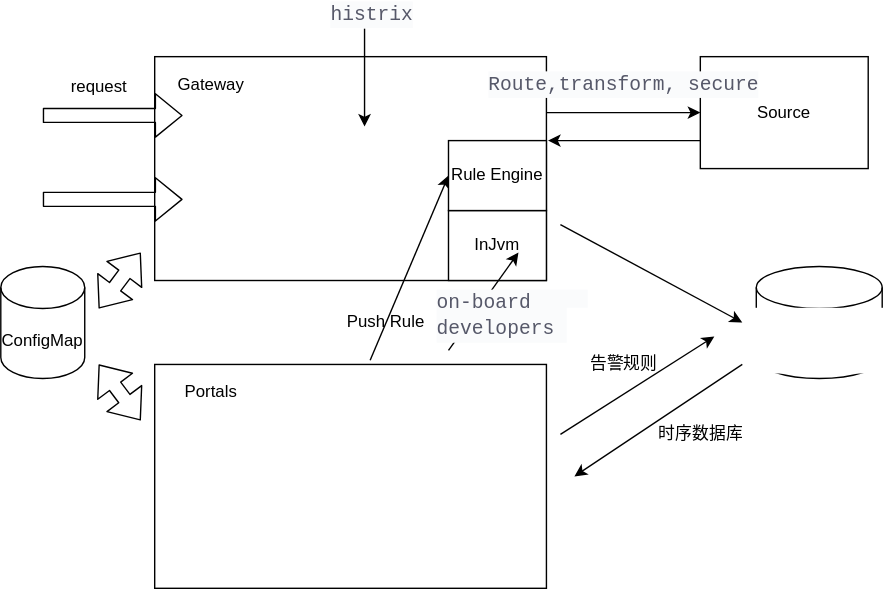
Earlier version of the draw.io export subject/api-market/api-market.dio.svg (yunkaiOr2/awesome-infra). Source tidied: cells renumbered, new cells last; positions are measured from the earlier drawing's top-left corner, leaving out a move shared by most shapes. Source of this version:
```xml
<mxGraphModel>
  <root>
    <mxCell id="0" />
    <mxCell id="1" parent="0" />
    <mxCell id="2" style="rounded=0;whiteSpace=wrap;html=1;" parent="1" vertex="1">
      <mxGeometry x="110" y="40" width="280" height="160" as="geometry" />
    </mxCell>
    <mxCell id="3" style="shape=flexArrow;endArrow=classic;html=1;" parent="1" edge="1">
      <mxGeometry relative="1" as="geometry">
        <mxPoint x="30" y="82" as="sourcePoint" />
        <mxPoint x="130" y="82" as="targetPoint" />
        <Array as="points">
          <mxPoint x="130" y="82" />
        </Array>
      </mxGeometry>
    </mxCell>
    <mxCell id="4" style="shape=flexArrow;endArrow=classic;html=1;" parent="1" edge="1">
      <mxGeometry relative="1" as="geometry">
        <mxPoint x="30" y="142" as="sourcePoint" />
        <mxPoint x="130" y="142" as="targetPoint" />
        <Array as="points">
          <mxPoint x="130" y="142" />
        </Array>
      </mxGeometry>
    </mxCell>
    <mxCell id="5" value="request" style="text;html=1;align=center;verticalAlign=middle;" parent="1" vertex="1">
      <mxGeometry x="40" y="52" width="60" height="20" as="geometry" />
    </mxCell>
    <mxCell id="6" value="Gateway" style="text;html=1;align=center;verticalAlign=middle;" parent="1" vertex="1">
      <mxGeometry x="120" y="50" width="60" height="20" as="geometry" />
    </mxCell>
    <mxCell id="7" style="endArrow=classic;html=1;exitX=1;exitY=0.25;exitDx=0;exitDy=0;entryX=0;entryY=0.5;entryDx=0;entryDy=0;" parent="1" edge="1" source="2" target="9">
      <mxGeometry relative="1" as="geometry" />
    </mxCell>
    <mxCell id="8" style="edgeStyle=orthogonalEdgeStyle;rounded=0;jettySize=auto;html=1;exitX=0;exitY=0.75;exitDx=0;exitDy=0;entryX=1.004;entryY=0.375;entryDx=0;entryDy=0;entryPerimeter=0;" parent="1" edge="1" source="9" target="2">
      <mxGeometry relative="1" as="geometry" />
    </mxCell>
    <mxCell id="9" value="Source" style="rounded=0;whiteSpace=wrap;html=1;" parent="1" vertex="1">
      <mxGeometry x="500" y="40" width="120" height="80" as="geometry" />
    </mxCell>
    <mxCell id="10" value="&lt;div style=&quot;color: rgb(86 , 88 , 105) ; background-color: rgb(250 , 251 , 252) ; font-family: &amp;#34;droid sans mono&amp;#34; , monospace , monospace , &amp;#34;droid sans fallback&amp;#34; ; font-size: 14px ; line-height: 19px&quot;&gt;Route,transform,&lt;span style=&quot;font-family: &amp;#34;droid sans mono&amp;#34; , monospace , monospace , &amp;#34;droid sans fallback&amp;#34;&quot;&gt;secure&lt;/span&gt;&lt;/div&gt;" style="text;html=1;align=center;verticalAlign=middle;" parent="1" vertex="1">
      <mxGeometry x="345" y="50" width="200" height="20" as="geometry" />
    </mxCell>
    <mxCell id="11" value="ConfigMap" style="shape=cylinder3;whiteSpace=wrap;html=1;boundedLbl=1;backgroundOutline=1;size=15;" parent="1" vertex="1">
      <mxGeometry y="190" width="60" height="80" as="geometry" />
    </mxCell>
    <mxCell id="12" value="InJvm" style="rounded=0;whiteSpace=wrap;html=1;" parent="1" vertex="1">
      <mxGeometry x="320" y="150" width="70" height="50" as="geometry" />
    </mxCell>
    <mxCell id="13" style="rounded=0;whiteSpace=wrap;html=1;" parent="1" vertex="1">
      <mxGeometry x="110" y="260" width="280" height="160" as="geometry" />
    </mxCell>
    <mxCell id="14" value="Portals" style="text;html=1;align=center;verticalAlign=middle;" parent="1" vertex="1">
      <mxGeometry x="125" y="270" width="50" height="20" as="geometry" />
    </mxCell>
    <mxCell id="15" style="shape=flexArrow;endArrow=classic;startArrow=classic;html=1;" parent="1" edge="1">
      <mxGeometry relative="1" as="geometry">
        <mxPoint x="70" y="260" as="sourcePoint" />
        <mxPoint x="100" y="300" as="targetPoint" />
      </mxGeometry>
    </mxCell>
    <mxCell id="16" style="endArrow=classic;html=1;entryX=0;entryY=0.5;entryDx=0;entryDy=0;exitX=0.55;exitY=-0.019;exitDx=0;exitDy=0;exitPerimeter=0;" parent="1" edge="1" source="13" target="23">
      <mxGeometry relative="1" as="geometry" />
    </mxCell>
    <mxCell id="17" value="Push Rule" style="text;html=1;align=center;verticalAlign=middle;" parent="1" vertex="1">
      <mxGeometry x="240" y="220" width="70" height="20" as="geometry" />
    </mxCell>
    <mxCell id="18" style="endArrow=classic;html=1;" parent="1" edge="1">
      <mxGeometry relative="1" as="geometry">
        <mxPoint x="320" y="250" as="sourcePoint" />
        <mxPoint x="370" y="180" as="targetPoint" />
      </mxGeometry>
    </mxCell>
    <mxCell id="19" value="&lt;meta charset=&quot;utf-8&quot;&gt;&lt;div style=&quot;color: rgb(86, 88, 105); background-color: rgb(250, 251, 252); font-family: &amp;quot;droid sans mono&amp;quot;, monospace, monospace, &amp;quot;droid sans fallback&amp;quot;; font-weight: normal; font-size: 14px; line-height: 19px;&quot;&gt;&lt;div&gt;&lt;span style=&quot;color: #565869&quot;&gt;on-board developers&lt;/span&gt;&lt;/div&gt;&lt;/div&gt;" style="text;whiteSpace=wrap;html=1;" parent="1" vertex="1">
      <mxGeometry x="310" y="200" width="110" height="50" as="geometry" />
    </mxCell>
    <mxCell id="20" style="endArrow=classic;html=1;" parent="1" edge="1">
      <mxGeometry relative="1" as="geometry">
        <mxPoint x="260" y="20" as="sourcePoint" />
        <mxPoint x="260" y="90" as="targetPoint" />
      </mxGeometry>
    </mxCell>
    <mxCell id="21" value="&lt;div style=&quot;color: rgb(86 , 88 , 105) ; background-color: rgb(250 , 251 , 252) ; font-family: &amp;#34;droid sans mono&amp;#34; , monospace , monospace , &amp;#34;droid sans fallback&amp;#34; ; font-size: 14px ; line-height: 19px&quot;&gt;histrix&lt;/div&gt;" style="text;html=1;align=center;verticalAlign=middle;" parent="1" vertex="1">
      <mxGeometry x="230" width="70" height="20" as="geometry" />
    </mxCell>
    <mxCell id="22" style="shape=flexArrow;endArrow=classic;startArrow=classic;html=1;" parent="1" edge="1">
      <mxGeometry relative="1" as="geometry">
        <mxPoint x="70" y="220" as="sourcePoint" />
        <mxPoint x="100" y="180" as="targetPoint" />
      </mxGeometry>
    </mxCell>
    <mxCell id="23" value="Rule Engine" style="rounded=0;whiteSpace=wrap;html=1;" parent="1" vertex="1">
      <mxGeometry x="320" y="100" width="70" height="50" as="geometry" />
    </mxCell>
    <mxCell id="24" value="&lt;pre style=&quot;background-color: rgb(255 , 255 , 255) ; font-family: &amp;#34;jetbrains mono&amp;#34; , monospace ; font-size: 9.8pt&quot;&gt;prometheus&lt;/pre&gt;" style="shape=cylinder3;whiteSpace=wrap;html=1;boundedLbl=1;backgroundOutline=1;size=15;" parent="1" vertex="1">
      <mxGeometry x="540" y="190" width="90" height="80" as="geometry" />
    </mxCell>
    <mxCell id="25" style="endArrow=classic;html=1;" parent="1" edge="1">
      <mxGeometry relative="1" as="geometry">
        <mxPoint x="400" y="160" as="sourcePoint" />
        <mxPoint x="530" y="230" as="targetPoint" />
      </mxGeometry>
    </mxCell>
    <mxCell id="26" style="endArrow=classic;html=1;" parent="1" edge="1">
      <mxGeometry relative="1" as="geometry">
        <mxPoint x="530" y="260" as="sourcePoint" />
        <mxPoint x="410" y="340" as="targetPoint" />
      </mxGeometry>
    </mxCell>
    <mxCell id="27" style="endArrow=classic;html=1;" parent="1" edge="1">
      <mxGeometry relative="1" as="geometry">
        <mxPoint x="400" y="310" as="sourcePoint" />
        <mxPoint x="510" y="240" as="targetPoint" />
      </mxGeometry>
    </mxCell>
    <mxCell id="28" value="告警规则" style="text;html=1;align=center;verticalAlign=middle;" parent="1" vertex="1">
      <mxGeometry x="415" y="250" width="60" height="20" as="geometry" />
    </mxCell>
    <mxCell id="29" value="时序数据库" style="text;html=1;align=center;verticalAlign=middle;" parent="1" vertex="1">
      <mxGeometry x="460" y="300" width="80" height="20" as="geometry" />
    </mxCell>
  </root>
</mxGraphModel>
```
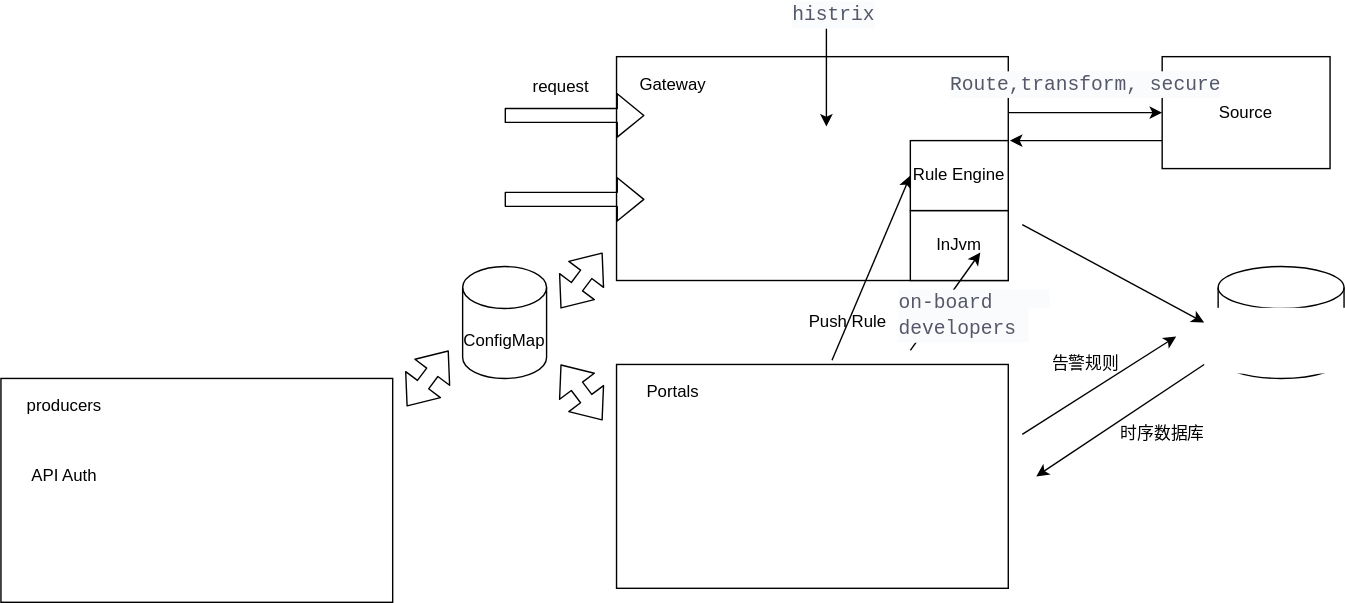
Later version of the same file.

Diff of the diagram source:
```diff
@@ -119,5 +119,20 @@
     <mxCell id="29" value="时序数据库" style="text;html=1;align=center;verticalAlign=middle;" parent="1" vertex="1">
       <mxGeometry x="460" y="300" width="80" height="20" as="geometry" />
     </mxCell>
+    <mxCell id="30" style="rounded=0;whiteSpace=wrap;html=1;" parent="1" vertex="1">
+      <mxGeometry x="-330" y="270" width="280" height="160" as="geometry" />
+    </mxCell>
+    <mxCell id="31" value="producers" style="text;html=1;align=center;verticalAlign=middle;" parent="1" vertex="1">
+      <mxGeometry x="-320" y="280" width="70" height="20" as="geometry" />
+    </mxCell>
+    <mxCell id="32" style="shape=flexArrow;endArrow=classic;startArrow=classic;html=1;" parent="1" edge="1">
+      <mxGeometry relative="1" as="geometry">
+        <mxPoint x="-10" y="250" as="sourcePoint" />
+        <mxPoint x="-40" y="290" as="targetPoint" />
+      </mxGeometry>
+    </mxCell>
+    <mxCell id="33" value="API Auth" style="text;html=1;align=center;verticalAlign=middle;" parent="1" vertex="1">
+      <mxGeometry x="-315" y="330" width="60" height="20" as="geometry" />
+    </mxCell>
   </root>
 </mxGraphModel>
```
